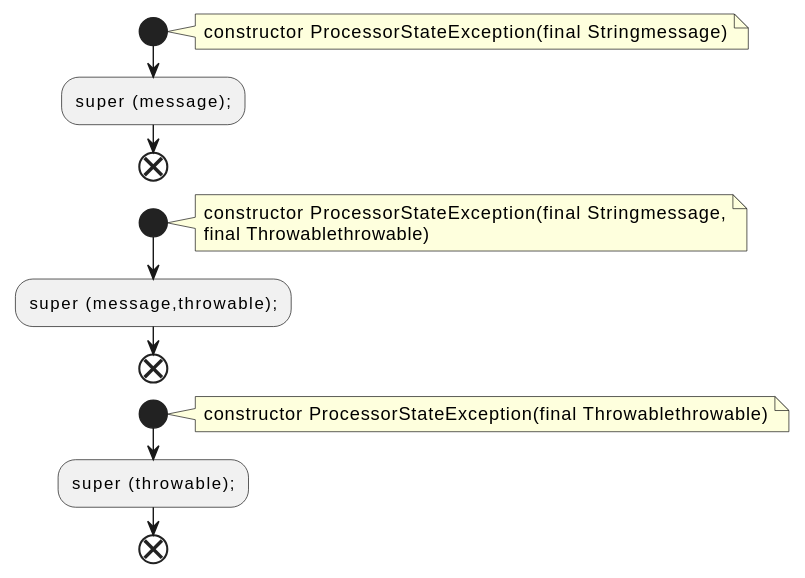
qualitesys/kafka keeps this PlantUML diagram as docs/qc/streams/src/main/java/org/apache/kafka/streams/errors/ProcessorStateException.java.fct.svg. Above is the earlier version.
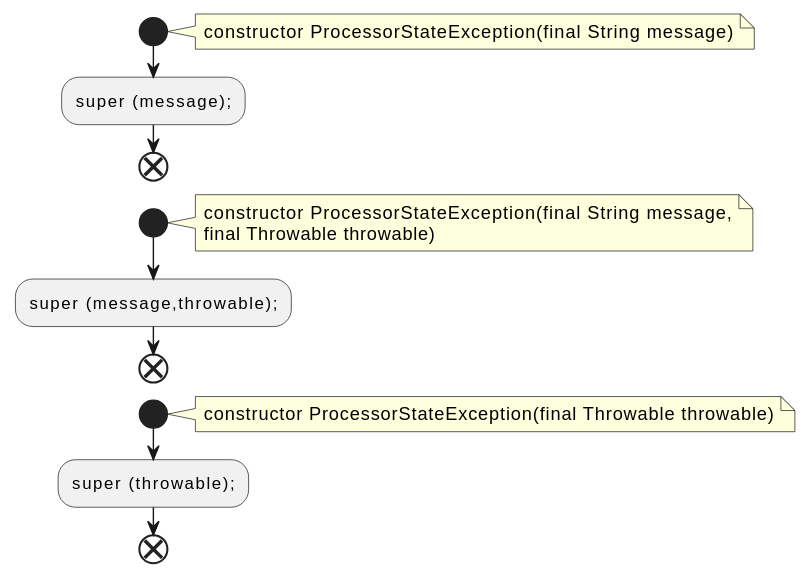
After the change.

The edit, as a diff of the source:
```diff
@@ -2,20 +2,20 @@
 !pragma layout smetana
 start
 note right
-constructor ProcessorStateException(final Stringmessage)
+constructor ProcessorStateException(final String message)
 end note
 :super (message);;
 end
 start
 note right
-constructor ProcessorStateException(final Stringmessage,
-final Throwablethrowable)
+constructor ProcessorStateException(final String message,
+final Throwable throwable)
 end note
 :super (message,throwable);;
 end
 start
 note right
-constructor ProcessorStateException(final Throwablethrowable)
+constructor ProcessorStateException(final Throwable throwable)
 end note
 :super (throwable);;
 end
```
